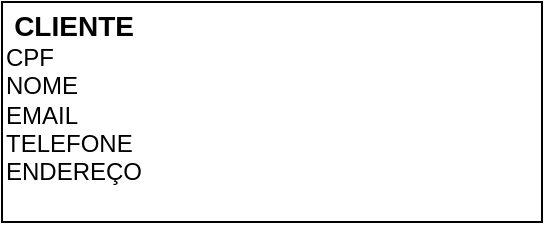
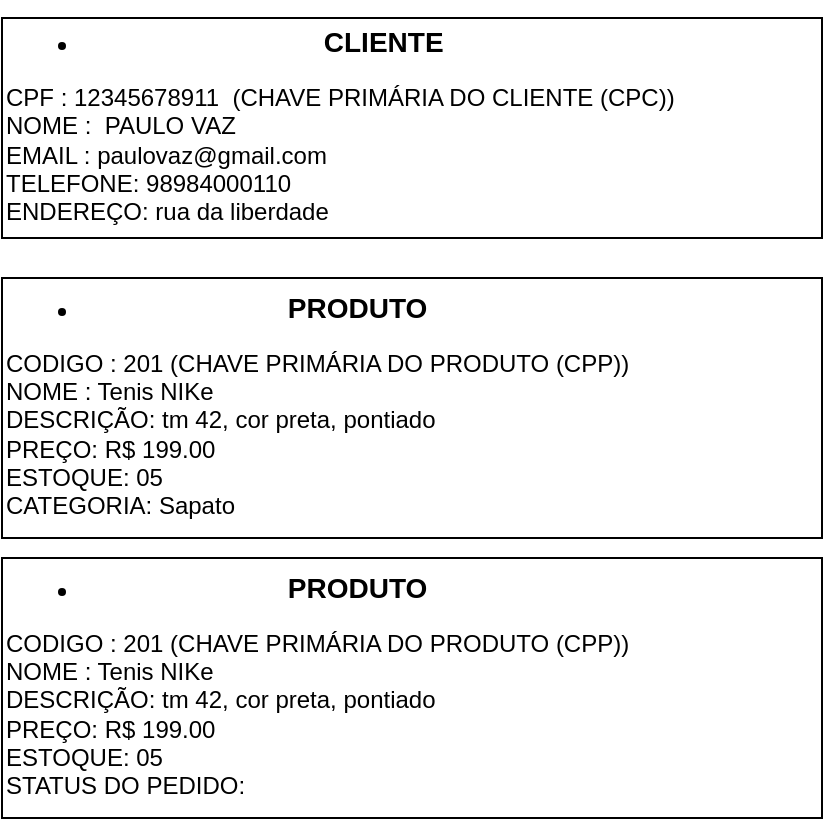
<mxfile host="app.diagrams.net">
  <diagram name="Página-1" id="dW-bwo-D_kfM4ZnOfWqB">
    <mxGraphModel dx="1030" dy="562" grid="1" gridSize="10" guides="1" tooltips="1" connect="1" arrows="1" fold="1" page="1" pageScale="1" pageWidth="827" pageHeight="1169" math="0" shadow="0">
      <root>
        <mxCell id="0" />
        <mxCell id="1" parent="0" />
-         <mxCell id="IifLtvlI1enpJyz-F0hN-1" parent="1" style="rounded=0;whiteSpace=wrap;html=1;align=left;" value="&lt;div style=&quot;text-align: center;&quot;&gt;&lt;span style=&quot;background-color: transparent; color: light-dark(rgb(0, 0, 0), rgb(255, 255, 255));&quot;&gt;&lt;b&gt;&lt;font style=&quot;font-size: 14px;&quot;&gt;CLIENTE&lt;/font&gt;&lt;/b&gt;&lt;/span&gt;&lt;/div&gt;&lt;div style=&quot;&quot;&gt;CPF&amp;nbsp;&lt;/div&gt;&lt;div style=&quot;&quot;&gt;NOME&lt;/div&gt;&lt;div style=&quot;&quot;&gt;EMAIL&lt;/div&gt;&lt;div style=&quot;&quot;&gt;TELEFONE&lt;/div&gt;&lt;div style=&quot;&quot;&gt;ENDEREÇO&lt;/div&gt;&lt;div style=&quot;&quot;&gt;&lt;br&gt;&lt;/div&gt;" vertex="1">
-           <mxGeometry height="110" width="270" x="100" y="80" as="geometry" />
+         <mxCell id="IifLtvlI1enpJyz-F0hN-1" parent="1" style="rounded=0;whiteSpace=wrap;html=1;align=left;" value="&lt;div style=&quot;text-align: center;&quot;&gt;&lt;ul&gt;&lt;li&gt;&lt;span style=&quot;background-color: transparent; color: light-dark(rgb(0, 0, 0), rgb(255, 255, 255));&quot;&gt;&lt;b&gt;&lt;font style=&quot;font-size: 14px;&quot;&gt;CLIENTE&lt;/font&gt;&lt;/b&gt;&lt;/span&gt;&lt;/li&gt;&lt;/ul&gt;&lt;/div&gt;&lt;div style=&quot;&quot;&gt;CPF : 12345678911&amp;nbsp; (CHAVE PRIMÁRIA DO CLIENTE (CPC))&amp;nbsp;&lt;/div&gt;&lt;div style=&quot;&quot;&gt;NOME :&amp;nbsp;&amp;nbsp;&lt;span style=&quot;background-color: transparent; color: light-dark(rgb(0, 0, 0), rgb(255, 255, 255));&quot;&gt;PAULO VAZ&lt;/span&gt;&lt;/div&gt;&lt;div style=&quot;&quot;&gt;EMAIL : paulovaz@gmail.com&lt;/div&gt;&lt;div style=&quot;&quot;&gt;TELEFONE: 98984000110&lt;/div&gt;&lt;div style=&quot;&quot;&gt;ENDEREÇO: rua da liberdade&lt;/div&gt;&lt;div style=&quot;&quot;&gt;&lt;br&gt;&lt;/div&gt;" vertex="1">
+           <mxGeometry height="110" width="410" x="100" y="80" as="geometry" />
+         </mxCell>
+         <mxCell id="IifLtvlI1enpJyz-F0hN-2" parent="1" style="rounded=0;whiteSpace=wrap;html=1;align=left;" value="&lt;div style=&quot;text-align: center;&quot;&gt;&lt;ul&gt;&lt;li&gt;&lt;b&gt;&lt;font style=&quot;font-size: 14px;&quot;&gt;PRODUTO&lt;/font&gt;&lt;/b&gt;&lt;/li&gt;&lt;/ul&gt;&lt;/div&gt;&lt;div style=&quot;&quot;&gt;CODIGO : 201 (CHAVE PRIMÁRIA DO PRODUTO (CPP))&lt;/div&gt;&lt;div style=&quot;&quot;&gt;NOME : Tenis NIKe&lt;/div&gt;&lt;div style=&quot;&quot;&gt;DESCRIÇÃO: tm 42, cor preta, pontiado&lt;/div&gt;&lt;div style=&quot;&quot;&gt;PREÇO: R$ 199.00&lt;/div&gt;&lt;div style=&quot;&quot;&gt;ESTOQUE: 05&lt;/div&gt;&lt;div style=&quot;&quot;&gt;CATEGORIA: Sapato&lt;/div&gt;&lt;div style=&quot;&quot;&gt;&lt;br&gt;&lt;/div&gt;" vertex="1">
+           <mxGeometry height="130" width="410" x="100" y="210" as="geometry" />
+         </mxCell>
+         <mxCell id="IifLtvlI1enpJyz-F0hN-3" parent="1" style="rounded=0;whiteSpace=wrap;html=1;align=left;" value="&lt;div style=&quot;text-align: center;&quot;&gt;&lt;ul&gt;&lt;li&gt;&lt;b&gt;&lt;font style=&quot;font-size: 14px;&quot;&gt;PRODUTO&lt;/font&gt;&lt;/b&gt;&lt;/li&gt;&lt;/ul&gt;&lt;/div&gt;&lt;div style=&quot;&quot;&gt;CODIGO : 201 (CHAVE PRIMÁRIA DO PRODUTO (CPP))&lt;/div&gt;&lt;div style=&quot;&quot;&gt;NOME : Tenis NIKe&lt;/div&gt;&lt;div style=&quot;&quot;&gt;DESCRIÇÃO: tm 42, cor preta, pontiado&lt;/div&gt;&lt;div style=&quot;&quot;&gt;PREÇO: R$ 199.00&lt;/div&gt;&lt;div style=&quot;&quot;&gt;ESTOQUE: 05&lt;/div&gt;&lt;div style=&quot;&quot;&gt;STATUS DO PEDIDO:&amp;nbsp;&lt;/div&gt;&lt;div style=&quot;&quot;&gt;&lt;br&gt;&lt;/div&gt;" vertex="1">
+           <mxGeometry height="130" width="410" x="100" y="350" as="geometry" />
        </mxCell>
      </root>
    </mxGraphModel>
  </diagram>
</mxfile>
